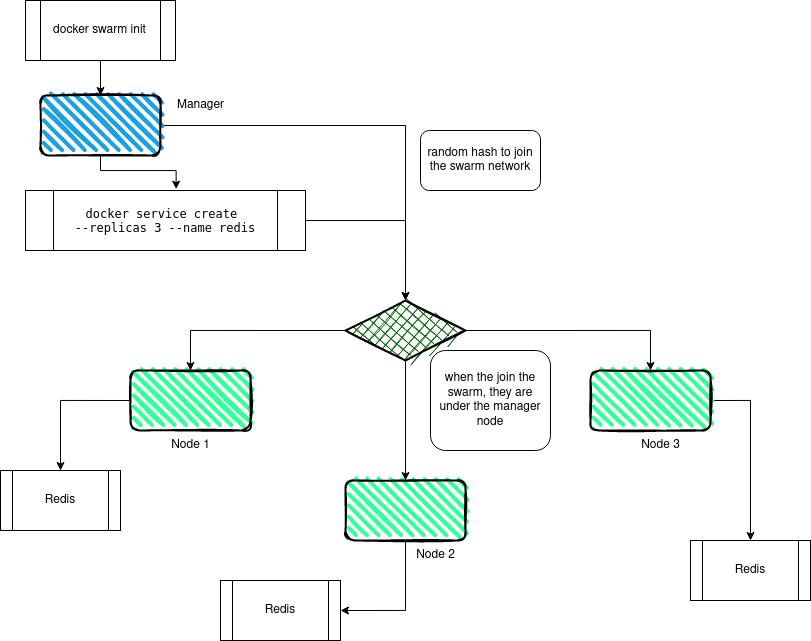
The draw.io diagram docker-swarm.drawio.drawio.png in Masum-Osman/diagrams.io-draws, before a commit. Source tidied: cells renumbered, new cells last; positions are measured from the earlier drawing's top-left corner, leaving out a move shared by most shapes.
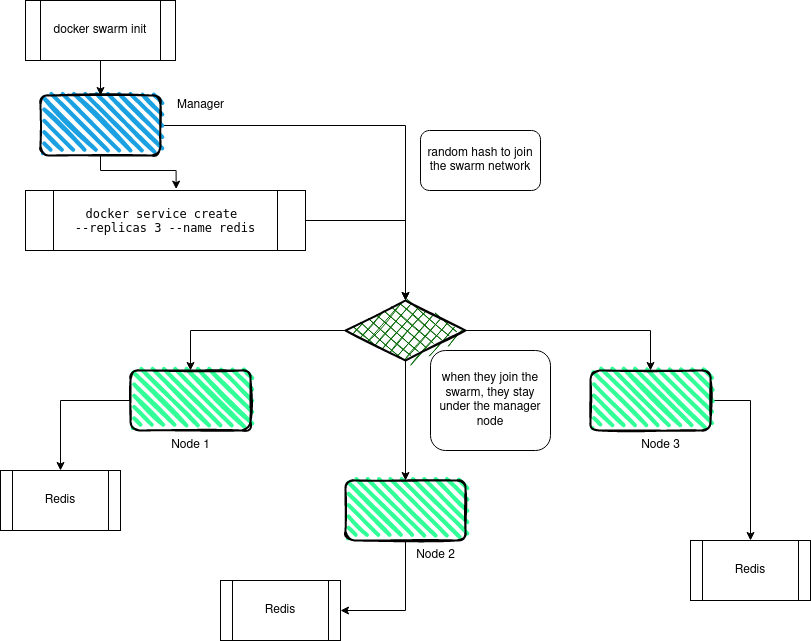
After the commit.

The edit, as a diff of the source:
```diff
@@ -5,7 +5,7 @@
     <mxCell id="2" style="edgeStyle=orthogonalEdgeStyle;rounded=0;jettySize=auto;html=1;entryX=0.5;entryY=0;entryDx=0;entryDy=0;exitX=1;exitY=0.5;exitDx=0;exitDy=0;" parent="1" edge="1" source="5" target="15">
       <mxGeometry relative="1" as="geometry" />
     </mxCell>
-    <mxCell id="3" value="&lt;div&gt;when the join the swarm, they are under the manager node&lt;/div&gt;" style="rounded=1;whiteSpace=wrap;html=1;" parent="1" vertex="1">
+    <mxCell id="3" value="&lt;div&gt;when they join the swarm, they stay under the manager node&lt;/div&gt;" style="rounded=1;whiteSpace=wrap;html=1;" parent="1" vertex="1">
       <mxGeometry x="430" y="350" width="120" height="100" as="geometry" />
     </mxCell>
     <mxCell id="4" style="edgeStyle=orthogonalEdgeStyle;rounded=0;jettySize=auto;html=1;exitX=0.5;exitY=1;exitDx=0;exitDy=0;entryX=0.538;entryY=-0.023;entryDx=0;entryDy=0;entryPerimeter=0;" parent="1" edge="1" source="5" target="21">
```
